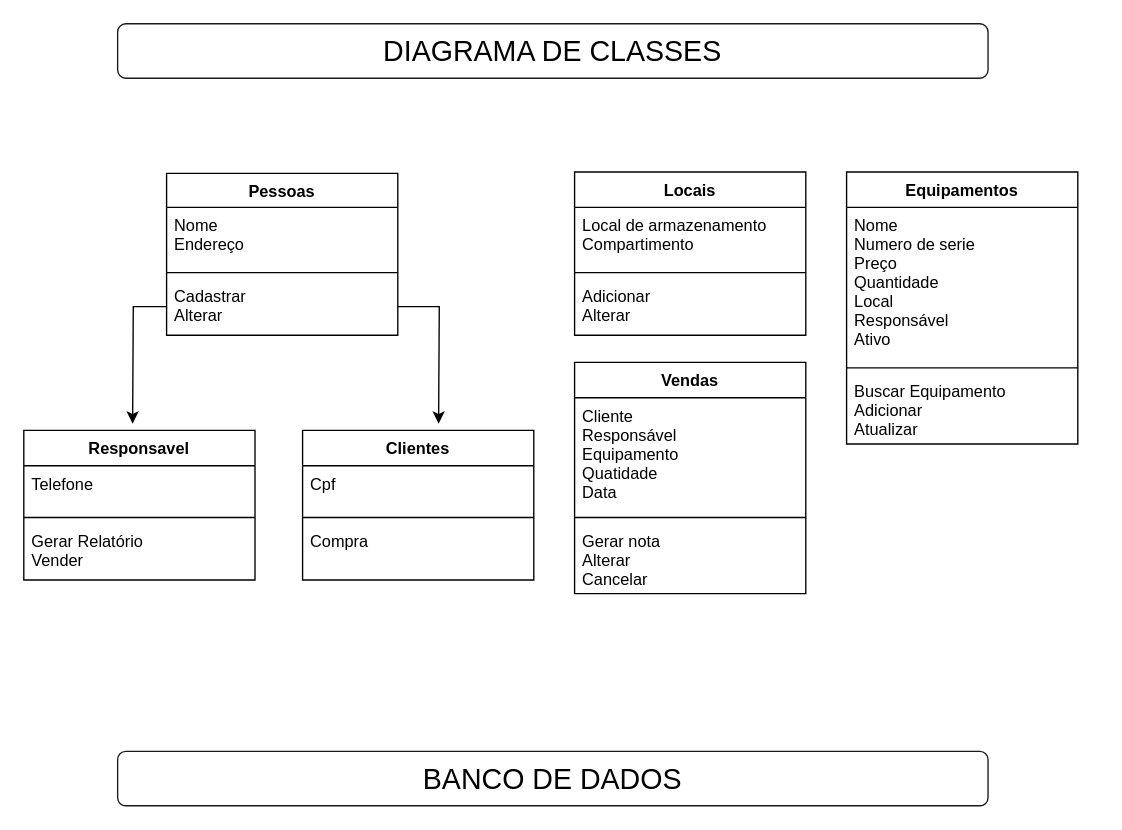
This is Diagrama sem nome.drawio from Edsonalencar/HauseTech, a draw.io file, before an edit. Source tidied: cells renumbered, new cells numbered last; positions are measured from the earlier drawing's top-left corner, leaving out a move shared by most shapes. Both pictures are drawn from the tidied source at 136%, with x=0, y=0 at pixel (23, 23).
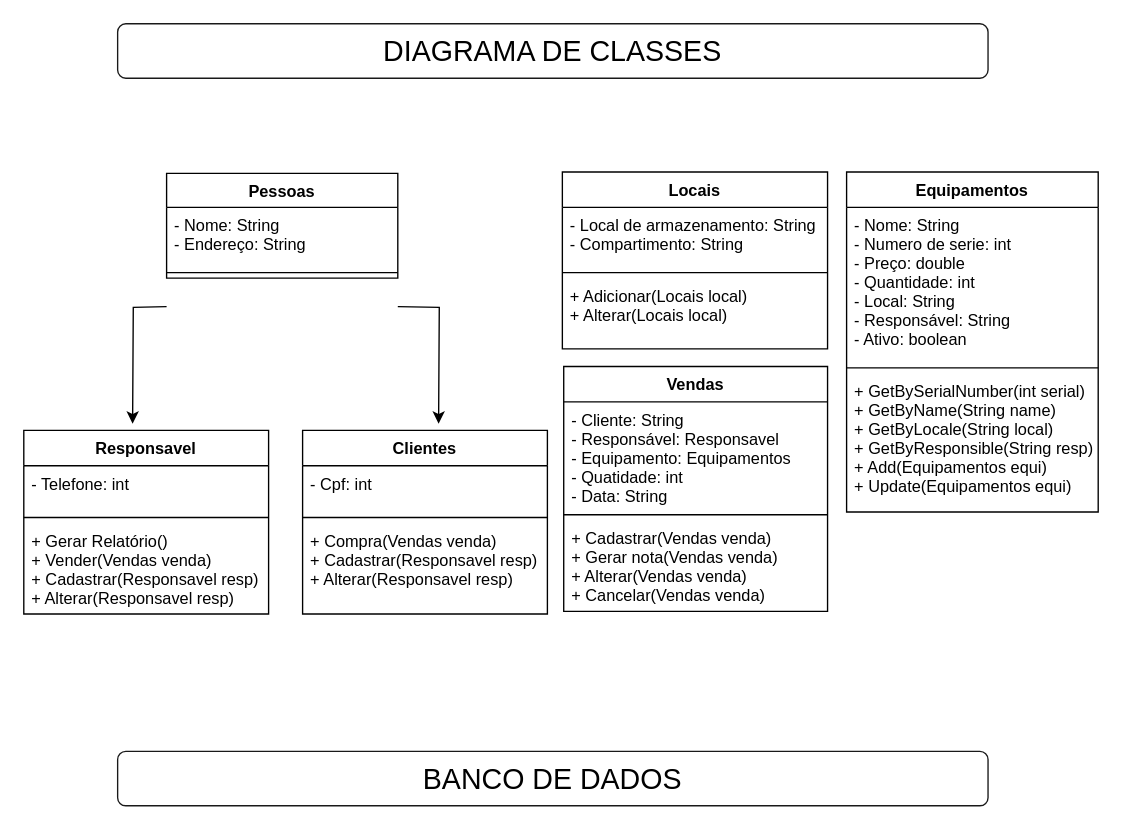
The same diagram, later.

Commit message:
Corrigi métodos e adiciona tipos

The edit, as a diff of the source:
```diff
@@
     <mxCell id="2" value="Locais" style="swimlane;fontStyle=1;align=center;verticalAlign=top;horizontal=1;startSize=26;" parent="1" vertex="1">
-      <mxGeometry x="405" y="109" width="170" height="120" as="geometry" />
+      <mxGeometry x="396" y="109" width="195" height="130" as="geometry" />
     </mxCell>
-    <mxCell id="3" value="Local de armazenamento&#10;Compartimento" style="text;strokeColor=none;fillColor=none;align=left;verticalAlign=top;spacingLeft=4;spacingRight=4;overflow=hidden;" parent="2" vertex="1">
-      <mxGeometry y="26" width="170" height="44" as="geometry" />
+    <mxCell id="3" value="- Local de armazenamento: String&#10;- Compartimento: String" style="text;strokeColor=none;fillColor=none;align=left;verticalAlign=top;spacingLeft=4;spacingRight=4;overflow=hidden;" parent="2" vertex="1">
+      <mxGeometry y="26" width="195" height="44" as="geometry" />
     </mxCell>
     <mxCell id="4" style="line;strokeWidth=1;fillColor=none;align=left;verticalAlign=middle;spacingTop=-1;spacingLeft=3;spacingRight=3;labelPosition=right;" parent="2" vertex="1">
-      <mxGeometry y="70" width="170" height="8" as="geometry" />
+      <mxGeometry y="70" width="195" height="8" as="geometry" />
     </mxCell>
-    <mxCell id="5" value="Adicionar&#10;Alterar" style="text;strokeColor=none;fillColor=none;align=left;verticalAlign=top;spacingLeft=4;spacingRight=4;overflow=hidden;" parent="2" vertex="1">
-      <mxGeometry y="78" width="170" height="42" as="geometry" />
+    <mxCell id="5" value="+ Adicionar(Locais local)&#10;+ Alterar(Locais local)" style="text;strokeColor=none;fillColor=none;align=left;verticalAlign=top;spacingLeft=4;spacingRight=4;overflow=hidden;" parent="2" vertex="1">
+      <mxGeometry y="78" width="195" height="52" as="geometry" />
     </mxCell>
     <mxCell id="6" value="Clientes" style="swimlane;fontStyle=1;align=center;verticalAlign=top;horizontal=1;startSize=26;" parent="1" vertex="1">
-      <mxGeometry x="205" y="299" width="170" height="110" as="geometry" />
+      <mxGeometry x="205" y="299" width="180" height="135" as="geometry" />
     </mxCell>
-    <mxCell id="7" value="Cpf" style="text;strokeColor=none;fillColor=none;align=left;verticalAlign=top;spacingLeft=4;spacingRight=4;overflow=hidden;" parent="6" vertex="1">
-      <mxGeometry y="26" width="170" height="34" as="geometry" />
+    <mxCell id="7" value="- Cpf: int" style="text;strokeColor=none;fillColor=none;align=left;verticalAlign=top;spacingLeft=4;spacingRight=4;overflow=hidden;" parent="6" vertex="1">
+      <mxGeometry y="26" width="180" height="34" as="geometry" />
     </mxCell>
     <mxCell id="8" style="line;strokeWidth=1;fillColor=none;align=left;verticalAlign=middle;spacingTop=-1;spacingLeft=3;spacingRight=3;labelPosition=right;" parent="6" vertex="1">
-      <mxGeometry y="60" width="170" height="8" as="geometry" />
+      <mxGeometry y="60" width="180" height="8" as="geometry" />
     </mxCell>
-    <mxCell id="9" value="Compra" style="text;strokeColor=none;fillColor=none;align=left;verticalAlign=top;spacingLeft=4;spacingRight=4;overflow=hidden;" parent="6" vertex="1">
-      <mxGeometry y="68" width="170" height="42" as="geometry" />
+    <mxCell id="9" value="+ Compra(Vendas venda)&#10;+ Cadastrar(Responsavel resp)&#10;+ Alterar(Responsavel resp)" style="text;strokeColor=none;fillColor=none;align=left;verticalAlign=top;spacingLeft=4;spacingRight=4;overflow=hidden;" parent="6" vertex="1">
+      <mxGeometry y="68" width="180" height="67" as="geometry" />
     </mxCell>
     <mxCell id="10" value="Equipamentos" style="swimlane;fontStyle=1;align=center;verticalAlign=top;horizontal=1;startSize=26;" parent="1" vertex="1">
-      <mxGeometry x="605" y="109" width="170" height="200" as="geometry" />
+      <mxGeometry x="605" y="109" width="185" height="250" as="geometry" />
     </mxCell>
-    <mxCell id="11" value="Nome&#10;Numero de serie &#10;Preço&#10;Quantidade&#10;Local&#10;Responsável&#10;Ativo&#10;" style="text;strokeColor=none;fillColor=none;align=left;verticalAlign=top;spacingLeft=4;spacingRight=4;overflow=hidden;" parent="10" vertex="1">
-      <mxGeometry y="26" width="170" height="114" as="geometry" />
+    <mxCell id="11" value="- Nome: String&#10;- Numero de serie: int&#10;- Preço: double&#10;- Quantidade: int&#10;- Local: String&#10;- Responsável: String&#10;- Ativo: boolean&#10;" style="text;strokeColor=none;fillColor=none;align=left;verticalAlign=top;spacingLeft=4;spacingRight=4;overflow=hidden;" parent="10" vertex="1">
+      <mxGeometry y="26" width="185" height="114" as="geometry" />
     </mxCell>
     <mxCell id="12" style="line;strokeWidth=1;fillColor=none;align=left;verticalAlign=middle;spacingTop=-1;spacingLeft=3;spacingRight=3;labelPosition=right;" parent="10" vertex="1">
-      <mxGeometry y="140" width="170" height="8" as="geometry" />
+      <mxGeometry y="140" width="185" height="8" as="geometry" />
     </mxCell>
-    <mxCell id="13" value="Buscar Equipamento&#10;Adicionar&#10;Atualizar&#10;" style="text;strokeColor=none;fillColor=none;align=left;verticalAlign=top;spacingLeft=4;spacingRight=4;overflow=hidden;" parent="10" vertex="1">
-      <mxGeometry y="148" width="170" height="52" as="geometry" />
+    <mxCell id="13" value="+ GetBySerialNumber(int serial)&#10;+ GetByName(String name)&#10;+ GetByLocale(String local)&#10;+ GetByResponsible(String resp)&#10;+ Add(Equipamentos equi)&#10;+ Update(Equipamentos equi)&#10;" style="text;strokeColor=none;fillColor=none;align=left;verticalAlign=top;spacingLeft=4;spacingRight=4;overflow=hidden;" parent="10" vertex="1">
+      <mxGeometry y="148" width="185" height="102" as="geometry" />
     </mxCell>
     <mxCell id="14" value="Responsavel" style="swimlane;fontStyle=1;align=center;verticalAlign=top;horizontal=1;startSize=26;" parent="1" vertex="1">
-      <mxGeometry y="299" width="170" height="110" as="geometry" />
+      <mxGeometry y="299" width="180" height="135" as="geometry" />
     </mxCell>
-    <mxCell id="15" value="Telefone" style="text;strokeColor=none;fillColor=none;align=left;verticalAlign=top;spacingLeft=4;spacingRight=4;overflow=hidden;" parent="14" vertex="1">
-      <mxGeometry y="26" width="170" height="34" as="geometry" />
+    <mxCell id="15" value="- Telefone: int" style="text;strokeColor=none;fillColor=none;align=left;verticalAlign=top;spacingLeft=4;spacingRight=4;overflow=hidden;" parent="14" vertex="1">
+      <mxGeometry y="26" width="180" height="34" as="geometry" />
     </mxCell>
     <mxCell id="16" style="line;strokeWidth=1;fillColor=none;align=left;verticalAlign=middle;spacingTop=-1;spacingLeft=3;spacingRight=3;labelPosition=right;" parent="14" vertex="1">
-      <mxGeometry y="60" width="170" height="8" as="geometry" />
+      <mxGeometry y="60" width="180" height="8" as="geometry" />
     </mxCell>
-    <mxCell id="17" value="Gerar Relatório&#10;Vender" style="text;strokeColor=none;fillColor=none;align=left;verticalAlign=top;spacingLeft=4;spacingRight=4;overflow=hidden;" parent="14" vertex="1">
-      <mxGeometry y="68" width="170" height="42" as="geometry" />
+    <mxCell id="17" value="+ Gerar Relatório()&#10;+ Vender(Vendas venda)&#10;+ Cadastrar(Responsavel resp)&#10;+ Alterar(Responsavel resp)" style="text;strokeColor=none;fillColor=none;align=left;verticalAlign=top;spacingLeft=4;spacingRight=4;overflow=hidden;" parent="14" vertex="1">
+      <mxGeometry y="68" width="180" height="67" as="geometry" />
     </mxCell>
     <mxCell id="18" value="Vendas" style="swimlane;fontStyle=1;align=center;verticalAlign=top;horizontal=1;startSize=26;" parent="1" vertex="1">
-      <mxGeometry x="405" y="249" width="170" height="170" as="geometry" />
+      <mxGeometry x="397" y="252" width="194" height="180" as="geometry" />
     </mxCell>
-    <mxCell id="19" value="Cliente&#10;Responsável&#10;Equipamento&#10;Quatidade&#10;Data" style="text;strokeColor=none;fillColor=none;align=left;verticalAlign=top;spacingLeft=4;spacingRight=4;overflow=hidden;" parent="18" vertex="1">
-      <mxGeometry y="26" width="170" height="84" as="geometry" />
+    <mxCell id="19" value="- Cliente: String&#10;- Responsável: Responsavel&#10;- Equipamento: Equipamentos&#10;- Quatidade: int&#10;- Data: String" style="text;strokeColor=none;fillColor=none;align=left;verticalAlign=top;spacingLeft=4;spacingRight=4;overflow=hidden;" parent="18" vertex="1">
+      <mxGeometry y="26" width="194" height="79" as="geometry" />
     </mxCell>
     <mxCell id="20" style="line;strokeWidth=1;fillColor=none;align=left;verticalAlign=middle;spacingTop=-1;spacingLeft=3;spacingRight=3;labelPosition=right;" parent="18" vertex="1">
-      <mxGeometry y="110" width="170" height="8" as="geometry" />
+      <mxGeometry y="105" width="194" height="8" as="geometry" />
     </mxCell>
-    <mxCell id="21" value="Gerar nota&#10;Alterar&#10;Cancelar" style="text;strokeColor=none;fillColor=none;align=left;verticalAlign=top;spacingLeft=4;spacingRight=4;overflow=hidden;" parent="18" vertex="1">
-      <mxGeometry y="118" width="170" height="52" as="geometry" />
+    <mxCell id="21" value="+ Cadastrar(Vendas venda)&#10;+ Gerar nota(Vendas venda)&#10;+ Alterar(Vendas venda)&#10;+ Cancelar(Vendas venda)" style="text;strokeColor=none;fillColor=none;align=left;verticalAlign=top;spacingLeft=4;spacingRight=4;overflow=hidden;" parent="18" vertex="1">
+      <mxGeometry y="113" width="194" height="67" as="geometry" />
     </mxCell>
     <mxCell id="22" value="Pessoas" style="swimlane;fontStyle=1;align=center;verticalAlign=top;horizontal=1;startSize=25;" parent="1" vertex="1">
-      <mxGeometry x="105" y="110" width="170" height="119" as="geometry" />
+      <mxGeometry x="105" y="110" width="170" height="77" as="geometry" />
     </mxCell>
-    <mxCell id="23" value="Nome&#10;Endereço" style="text;strokeColor=none;fillColor=none;align=left;verticalAlign=top;spacingLeft=4;spacingRight=4;overflow=hidden;" parent="22" vertex="1">
+    <mxCell id="23" value="- Nome: String&#10;- Endereço: String" style="text;strokeColor=none;fillColor=none;align=left;verticalAlign=top;spacingLeft=4;spacingRight=4;overflow=hidden;" parent="22" vertex="1">
       <mxGeometry y="25" width="170" height="44" as="geometry" />
     </mxCell>
@@
-    <mxCell id="25" value="Cadastrar&#10;Alterar" style="text;strokeColor=none;fillColor=none;align=left;verticalAlign=top;spacingLeft=4;spacingRight=4;overflow=hidden;points=[[0,0.5],[1,0.5]];portConstraint=eastwest;" parent="22" vertex="1">
-      <mxGeometry y="77" width="170" height="42" as="geometry" />
-    </mxCell>
-    <mxCell id="26" style="edgeStyle=orthogonalEdgeStyle;rounded=0;jettySize=auto;html=1;exitX=1;exitY=0.5;exitDx=0;exitDy=0;" parent="1" edge="1" source="25">
+    <mxCell id="26" style="edgeStyle=orthogonalEdgeStyle;rounded=0;orthogonalLoop=1;jettySize=auto;html=1;exitX=1;exitY=0.5;exitDx=0;exitDy=0;" parent="1" edge="1">
       <mxGeometry relative="1" as="geometry">
+        <mxPoint x="275" y="208" as="sourcePoint" />
         <mxPoint x="305" y="294" as="targetPoint" />
       </mxGeometry>
     </mxCell>
-    <mxCell id="27" style="edgeStyle=orthogonalEdgeStyle;rounded=0;jettySize=auto;html=1;exitX=0;exitY=0.5;exitDx=0;exitDy=0;" parent="1" edge="1" source="25">
+    <mxCell id="27" style="edgeStyle=orthogonalEdgeStyle;rounded=0;orthogonalLoop=1;jettySize=auto;html=1;exitX=0;exitY=0.5;exitDx=0;exitDy=0;" parent="1" edge="1">
       <mxGeometry relative="1" as="geometry">
+        <mxPoint x="105" y="208" as="sourcePoint" />
         <mxPoint x="80" y="294" as="targetPoint" />
       </mxGeometry>
     </mxCell>
```
